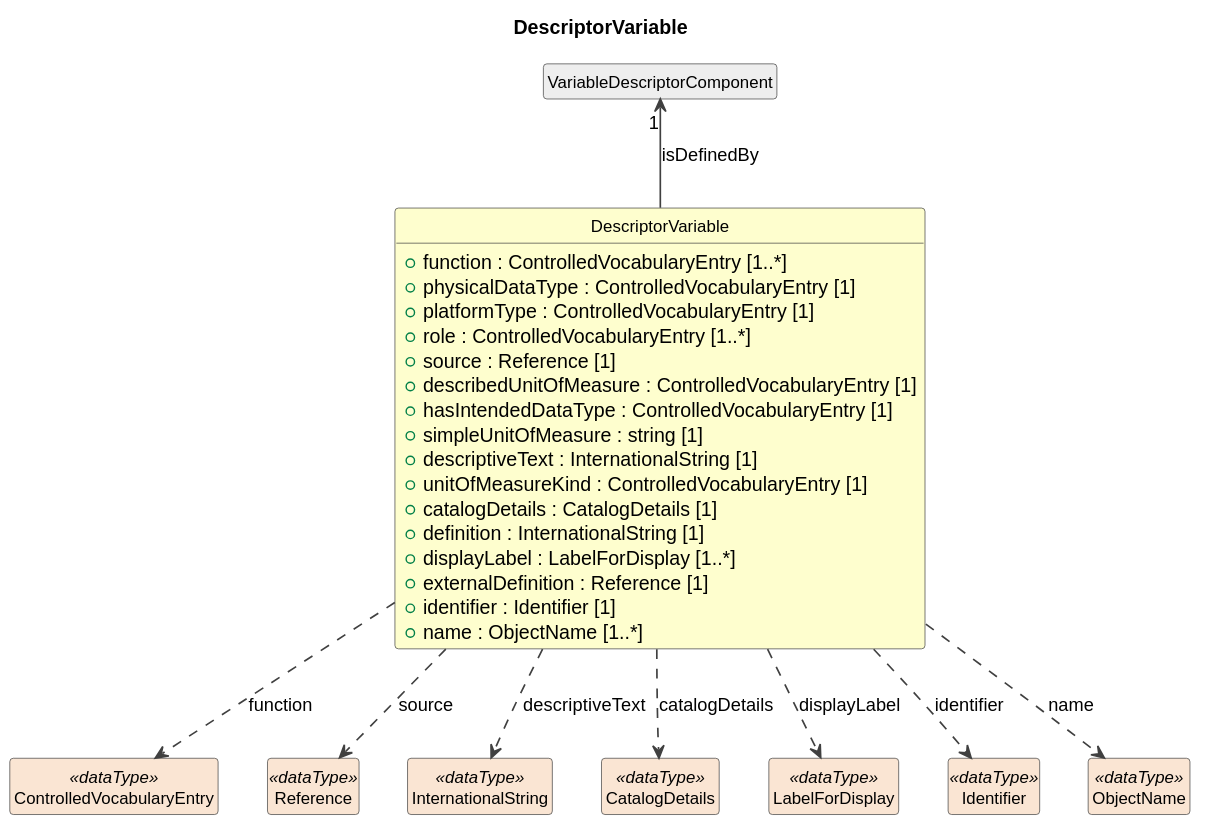
Above: build/field-level-documentation/CDIFDataStructure/Classes/DescriptorVariable.svg in Cross-Domain-Interoperability-Framework/metadataBuildingBlocks (PlantUML), before the change. Its diagram source:
```plantuml
@startuml
title DescriptorVariable
hide circle
hide empty members
skinparam shadowing false
skinparam ArrowThickness 1.2
skinparam class {
  ArrowColor #404040
  BorderColor #404040
  FontSize 12
}

class "DescriptorVariable" as DescriptorVariable #FEFECE {
  +function : ControlledVocabularyEntry [1..*]
  +physicalDataType : ControlledVocabularyEntry [1]
  +platformType : ControlledVocabularyEntry [1]
  +role : ControlledVocabularyEntry [1..*]
  +source : Reference [1]
  +describedUnitOfMeasure : ControlledVocabularyEntry [1]
  +hasIntendedDataType : ControlledVocabularyEntry [1]
  +simpleUnitOfMeasure : string [1]
  +descriptiveText : InternationalString [1]
  +unitOfMeasureKind : ControlledVocabularyEntry [1]
  +catalogDetails : CatalogDetails [1]
  +definition : InternationalString [1]
  +displayLabel : LabelForDisplay [1..*]
  +externalDefinition : Reference [1]
  +identifier : Identifier [1]
  +name : ObjectName [1..*]
}
class "VariableDescriptorComponent" as VariableDescriptorComponent #EEEEEE
VariableDescriptorComponent "1" <-- DescriptorVariable : isDefinedBy
class "ControlledVocabularyEntry" as ControlledVocabularyEntry <<dataType>> #FAE5D3
DescriptorVariable ..> ControlledVocabularyEntry : function
class "Reference" as Reference <<dataType>> #FAE5D3
DescriptorVariable ..> Reference : source
class "InternationalString" as InternationalString <<dataType>> #FAE5D3
DescriptorVariable ..> InternationalString : descriptiveText
class "CatalogDetails" as CatalogDetails <<dataType>> #FAE5D3
DescriptorVariable ..> CatalogDetails : catalogDetails
class "LabelForDisplay" as LabelForDisplay <<dataType>> #FAE5D3
DescriptorVariable ..> LabelForDisplay : displayLabel
class "Identifier" as Identifier <<dataType>> #FAE5D3
DescriptorVariable ..> Identifier : identifier
class "ObjectName" as ObjectName <<dataType>> #FAE5D3
DescriptorVariable ..> ObjectName : name
@enduml
```
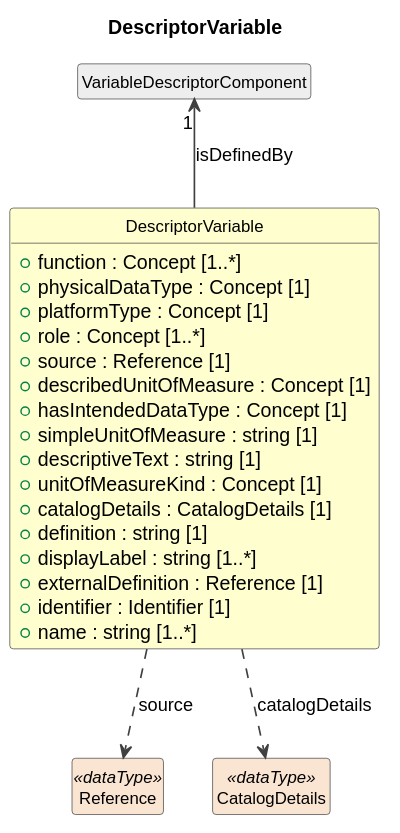
After the commit.

Diff of the diagram source:
```diff
@@ -11,37 +11,27 @@
 }
 
 class "DescriptorVariable" as DescriptorVariable #FEFECE {
-  +function : ControlledVocabularyEntry [1..*]
-  +physicalDataType : ControlledVocabularyEntry [1]
-  +platformType : ControlledVocabularyEntry [1]
-  +role : ControlledVocabularyEntry [1..*]
+  +function : Concept [1..*]
+  +physicalDataType : Concept [1]
+  +platformType : Concept [1]
+  +role : Concept [1..*]
   +source : Reference [1]
-  +describedUnitOfMeasure : ControlledVocabularyEntry [1]
-  +hasIntendedDataType : ControlledVocabularyEntry [1]
+  +describedUnitOfMeasure : Concept [1]
+  +hasIntendedDataType : Concept [1]
   +simpleUnitOfMeasure : string [1]
-  +descriptiveText : InternationalString [1]
-  +unitOfMeasureKind : ControlledVocabularyEntry [1]
+  +descriptiveText : string [1]
+  +unitOfMeasureKind : Concept [1]
   +catalogDetails : CatalogDetails [1]
-  +definition : InternationalString [1]
-  +displayLabel : LabelForDisplay [1..*]
+  +definition : string [1]
+  +displayLabel : string [1..*]
   +externalDefinition : Reference [1]
   +identifier : Identifier [1]
-  +name : ObjectName [1..*]
+  +name : string [1..*]
 }
 class "VariableDescriptorComponent" as VariableDescriptorComponent #EEEEEE
 VariableDescriptorComponent "1" <-- DescriptorVariable : isDefinedBy
-class "ControlledVocabularyEntry" as ControlledVocabularyEntry <<dataType>> #FAE5D3
-DescriptorVariable ..> ControlledVocabularyEntry : function
 class "Reference" as Reference <<dataType>> #FAE5D3
 DescriptorVariable ..> Reference : source
-class "InternationalString" as InternationalString <<dataType>> #FAE5D3
-DescriptorVariable ..> InternationalString : descriptiveText
 class "CatalogDetails" as CatalogDetails <<dataType>> #FAE5D3
 DescriptorVariable ..> CatalogDetails : catalogDetails
-class "LabelForDisplay" as LabelForDisplay <<dataType>> #FAE5D3
-DescriptorVariable ..> LabelForDisplay : displayLabel
-class "Identifier" as Identifier <<dataType>> #FAE5D3
-DescriptorVariable ..> Identifier : identifier
-class "ObjectName" as ObjectName <<dataType>> #FAE5D3
-DescriptorVariable ..> ObjectName : name
 @enduml
```
